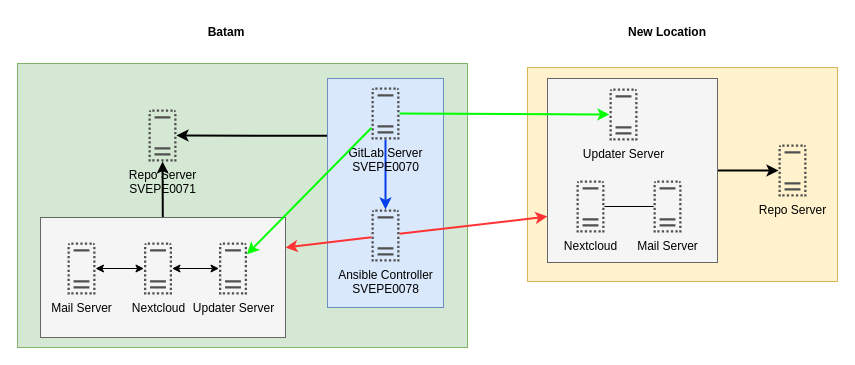
Above: nextcloud.drawio in iippam/proyek-01 (draw.io), before the change. Source tidied: cells renumbered, new cells numbered last; positions are measured from the earlier drawing's top-left corner, leaving out a move shared by most shapes. Both pictures are drawn from the tidied source at 100%, with x=0, y=0 at pixel (17, 17).
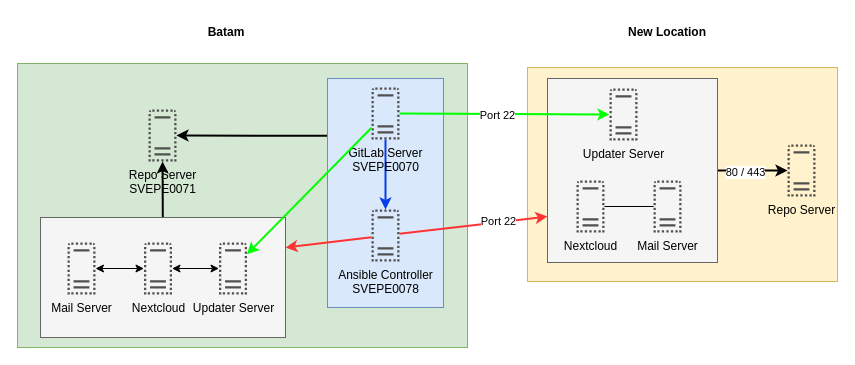
The same diagram, later.

The change refers to these unchanged cells:
```xml
<mxCell id="10" style="edgeStyle=none;rounded=0;jettySize=auto;html=1;entryX=0;entryY=0.75;entryDx=0;entryDy=0;strokeColor=#FF3333;strokeWidth=2;" parent="1" edge="1" source="11" target="16">
  <mxGeometry relative="1" as="geometry" />
</mxCell>
<mxCell id="15" style="edgeStyle=none;rounded=0;jettySize=auto;html=1;exitX=1;exitY=0.5;exitDx=0;exitDy=0;strokeWidth=2;" parent="1" edge="1" source="16" target="19">
  <mxGeometry relative="1" as="geometry" />
</mxCell>
<mxCell id="24" style="edgeStyle=none;rounded=0;jettySize=auto;html=1;strokeColor=#00FF00;strokeWidth=2;" parent="1" edge="1" source="14" target="20">
  <mxGeometry relative="1" as="geometry" />
</mxCell>
```

The edit, as a diff of the source:
```diff
@@
+    <mxCell id="30" value="Port 22" style="edgeLabel;html=1;align=center;verticalAlign=middle;" parent="10" vertex="1">
+      <mxGeometry x="0.43" relative="1" as="geometry">
+        <mxPoint x="-8" as="offset" />
+      </mxGeometry>
+    </mxCell>
@@
+    <mxCell id="31" value="80 / 443" style="edgeLabel;html=1;align=center;verticalAlign=middle;" parent="15" vertex="1">
+      <mxGeometry x="-0.22" y="-1" relative="1" as="geometry" />
+    </mxCell>
@@
     <mxCell id="19" value="Repo Server" style="sketch=0;shadow=0;dashed=0;html=1;strokeColor=none;fillColor=#505050;labelPosition=center;verticalLabelPosition=bottom;verticalAlign=top;outlineConnect=0;align=center;shape=mxgraph.office.servers.virtual_server;" parent="1" vertex="1">
-      <mxGeometry x="761" y="127" width="28" height="52" as="geometry" />
+      <mxGeometry x="770" y="127" width="28" height="52" as="geometry" />
     </mxCell>
@@
+    <mxCell id="32" value="Port 22" style="edgeLabel;html=1;align=center;verticalAlign=middle;" parent="24" vertex="1">
+      <mxGeometry x="-0.15" y="-1" relative="1" as="geometry">
+        <mxPoint x="9" as="offset" />
+      </mxGeometry>
+    </mxCell>
```
